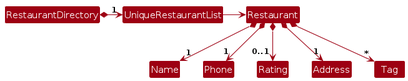
Earlier version of the PlantUML export diagrams/BetterModelClassDiagram.png (AY2526S1-CS2103T-T14-3/tp). Its source is kept beside it as diagrams/BetterModelClassDiagram.puml.
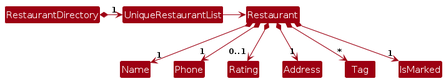
The same diagram one commit later.

Diff of the diagram source:
```diff
@@ -13,4 +13,5 @@
 Restaurant *--> "0..1" Rating
 Restaurant *--> "1" Address
 Restaurant *--> "*" Tag
+Restaurant *--> "1" IsMarked
 @enduml
```
